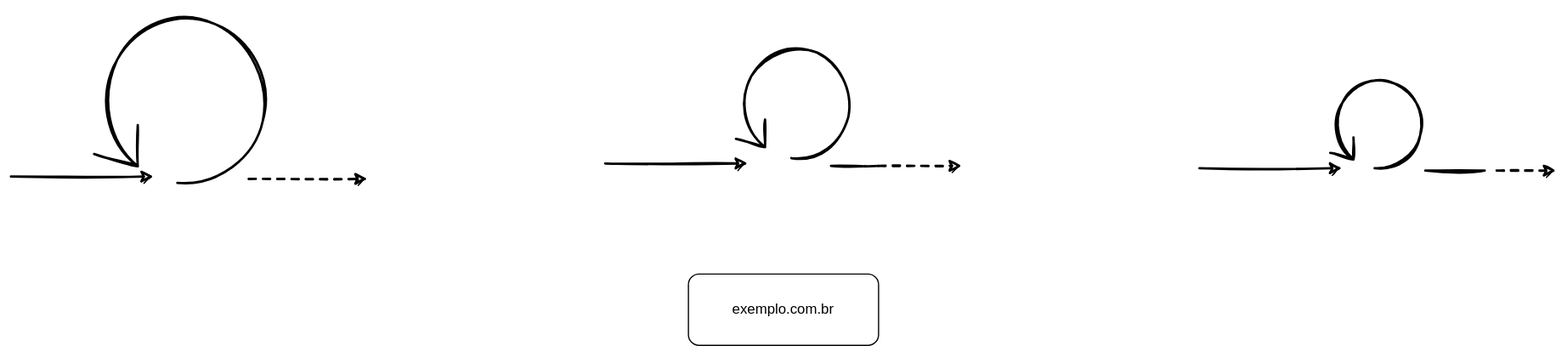
This is statics/imgs/diagram-00.svg from pegandoasmanhas/pam, a draw.io export, as it was before one commit. Source tidied: cells renumbered, new cells last; positions are measured from the earlier drawing's top-left corner, leaving out a move shared by most shapes.
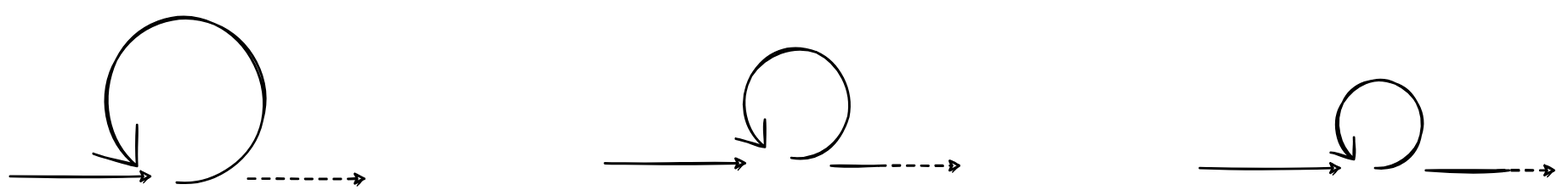
After the commit.

Change to the diagram source:
```diff
@@ -2,11 +2,6 @@
   <root>
     <mxCell id="0" />
     <mxCell id="1" parent="0" />
-    <object id="2" label="" placeholder="variableURL" placeholders="1">
-      <mxCell style="rounded=1;whiteSpace=wrap;html=1;" parent="1" vertex="1">
-        <mxGeometry x="570" y="230" width="160" height="60" as="geometry" />
-      </mxCell>
-    </object>
     <mxCell id="3" style="group;" parent="1" vertex="1">
       <mxGeometry width="300" height="150" as="geometry" />
     </mxCell>
@@ -70,7 +65,7 @@
     <mxCell id="16" style="endArrow=none;html=1;fontColor=#000000;strokeWidth=2;sketch=1;endFill=0;" parent="12" edge="1">
       <mxGeometry x="-10" y="-55" as="geometry">
         <mxPoint x="190" y="80" as="sourcePoint" />
-        <mxPoint x="240" y="80" as="targetPoint" />
+        <mxPoint x="260" y="80" as="targetPoint" />
       </mxGeometry>
     </mxCell>
   </root>
```
